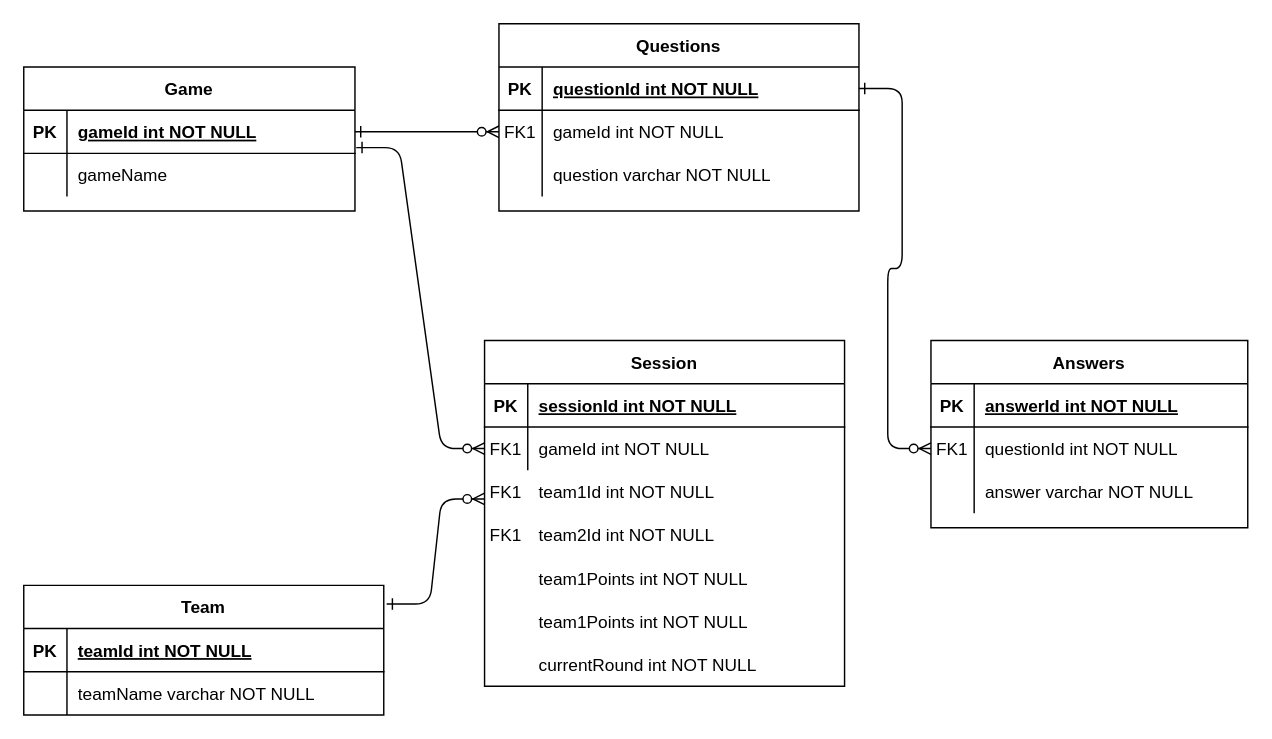
cjscholl/team-feud keeps this draw.io diagram as teamFeudDB.drawio. Above is the earlier version. Source tidied: cells renumbered, new cells numbered last; positions are measured from the earlier drawing's top-left corner, leaving out a move shared by most shapes. Both pictures are drawn from the tidied source at 144%, with x=0, y=0 at pixel (23, 23).
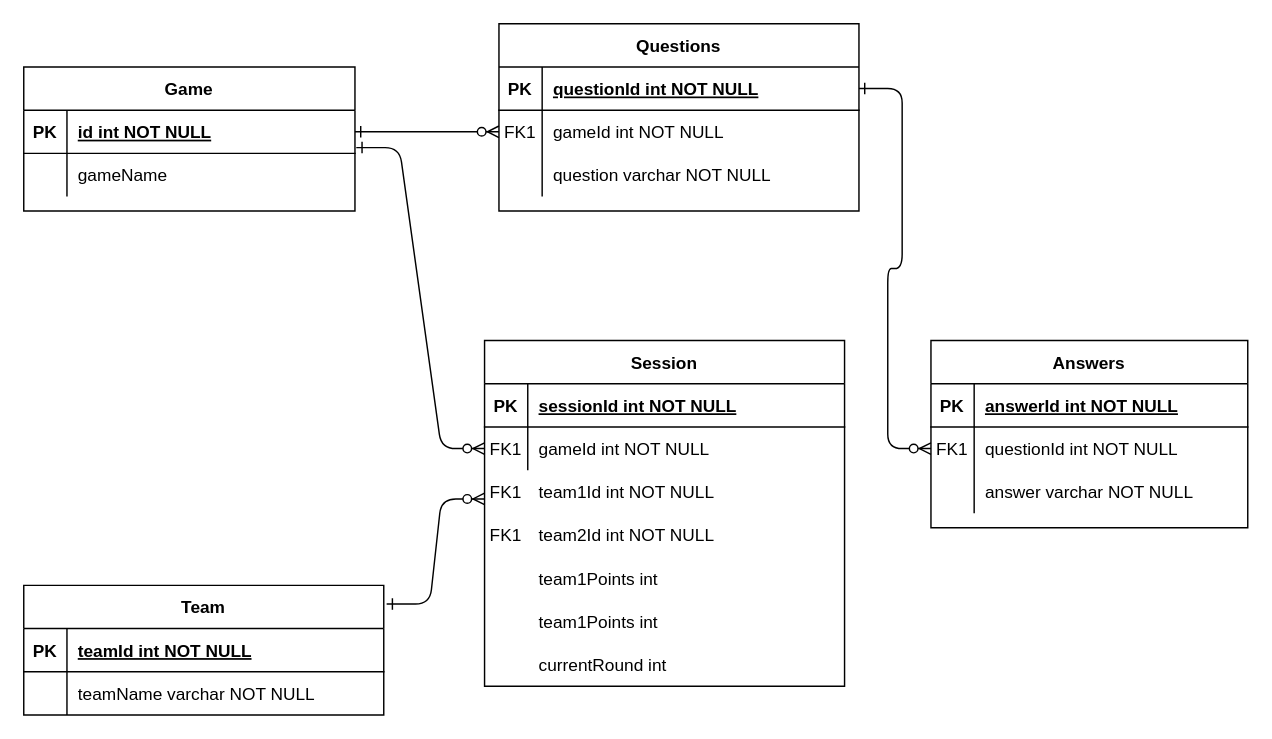
The same page after the edit.

Unchanged cells that the change refers to:
```xml
<mxCell id="5" style="group;" parent="1" vertex="1">
  <mxGeometry x="320" y="220" width="250" height="240" as="geometry" />
</mxCell>
<mxCell id="19" style="shape=partialRectangle;fillColor=none;top=0;left=0;right=0;bottom=0;" parent="5" vertex="1">
  <mxGeometry y="210" width="250" height="30" as="geometry" />
</mxCell>
<mxCell id="23" style="shape=partialRectangle;fillColor=none;points=[[0,0.5],[1,0.5]];portConstraint=eastwest;top=0;left=0;right=0;bottom=1;" parent="22" vertex="1">
  <mxGeometry y="30" width="230" height="30" as="geometry" />
</mxCell>
```

Change to the diagram source:
```diff
@@
-    <mxCell id="8" value="team1Points int NOT NULL" style="shape=partialRectangle;overflow=hidden;fillColor=none;top=0;left=0;bottom=0;right=0;align=left;spacingLeft=6;" parent="5" vertex="1">
+    <mxCell id="8" value="team1Points int " style="shape=partialRectangle;overflow=hidden;fillColor=none;top=0;left=0;bottom=0;right=0;align=left;spacingLeft=6;" parent="5" vertex="1">
       <mxGeometry x="30" y="150" width="220" height="30" as="geometry" />
     </mxCell>
-    <mxCell id="9" value="team1Points int NOT NULL" style="shape=partialRectangle;overflow=hidden;fillColor=none;top=0;left=0;bottom=0;right=0;align=left;spacingLeft=6;" parent="5" vertex="1">
+    <mxCell id="9" value="team1Points int " style="shape=partialRectangle;overflow=hidden;fillColor=none;top=0;left=0;bottom=0;right=0;align=left;spacingLeft=6;" parent="5" vertex="1">
       <mxGeometry x="30" y="180" width="220" height="30" as="geometry" />
     </mxCell>
@@
-    <mxCell id="21" value="currentRound int NOT NULL" style="shape=partialRectangle;overflow=hidden;fillColor=none;top=0;left=0;bottom=0;right=0;align=left;spacingLeft=6;" parent="19" vertex="1">
+    <mxCell id="21" value="currentRound int" style="shape=partialRectangle;overflow=hidden;fillColor=none;top=0;left=0;bottom=0;right=0;align=left;spacingLeft=6;" parent="19" vertex="1">
       <mxGeometry x="30" width="220" height="30" as="geometry" />
     </mxCell>
@@
-    <mxCell id="25" value="gameId int NOT NULL " style="shape=partialRectangle;overflow=hidden;fillColor=none;top=0;left=0;bottom=0;right=0;align=left;spacingLeft=6;fontStyle=5;" parent="23" vertex="1">
+    <mxCell id="25" value="id int NOT NULL " style="shape=partialRectangle;overflow=hidden;fillColor=none;top=0;left=0;bottom=0;right=0;align=left;spacingLeft=6;fontStyle=5;" parent="23" vertex="1">
       <mxGeometry x="30" width="200" height="30" as="geometry" />
     </mxCell>
```
